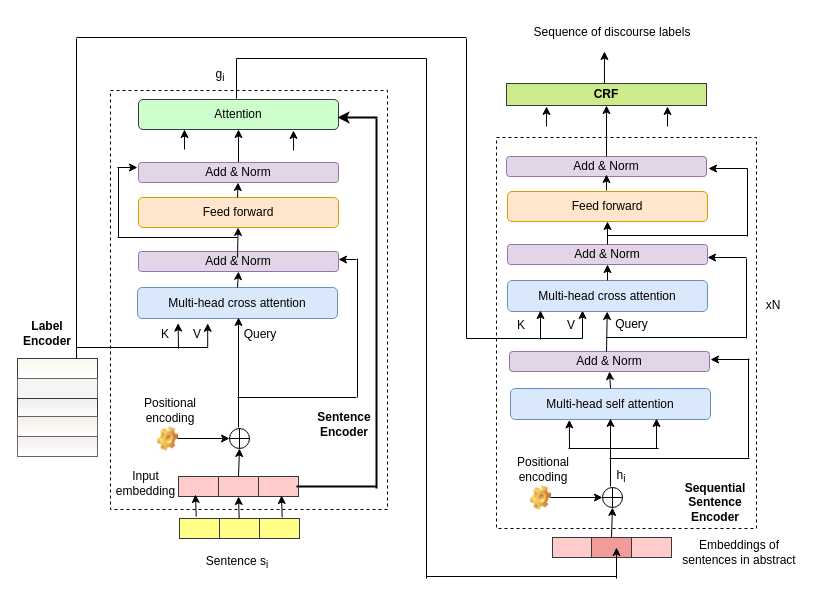
This is liht.drawio from dksanyal/Abstract2StructuredAbstract, a draw.io file, before an edit. Source tidied: cells renumbered, new cells numbered last; positions are measured from the earlier drawing's top-left corner, leaving out a move shared by most shapes. Both pictures are drawn from the tidied source at 100%, with x=0, y=0 at pixel (17, 17).
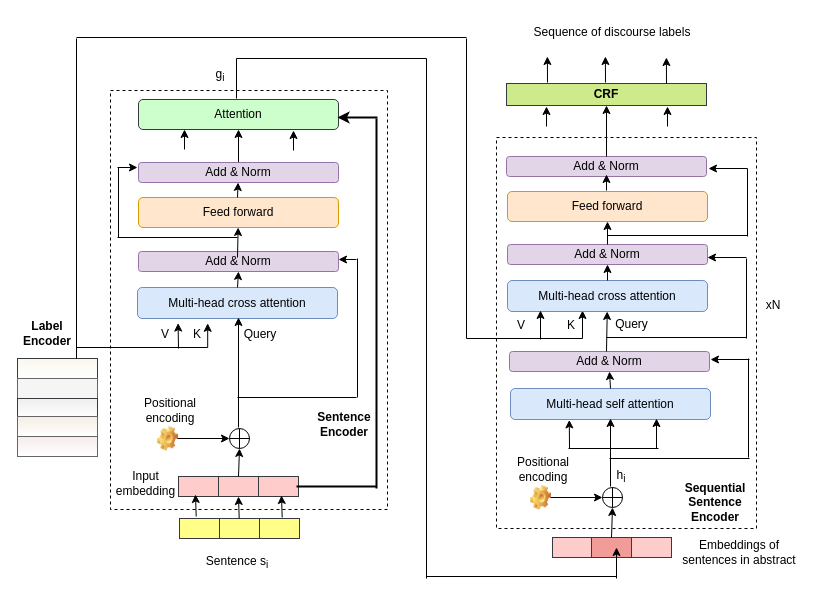
After the change.

Unchanged cells that the change refers to:
```xml
<mxCell id="96" value="Sequence of discourse labels" style="text;html=1;strokeColor=none;fillColor=none;align=center;verticalAlign=middle;whiteSpace=wrap;rounded=0;dashed=1;fontSize=12;" parent="1" vertex="1">
  <mxGeometry x="511" width="168" height="30" as="geometry" />
</mxCell>
```

What changed in the source:
```diff
@@
-    <mxCell id="44" style="endArrow=classic;html=1;rounded=0;entryX=0.452;entryY=1.133;entryDx=0;entryDy=0;entryPerimeter=0;" parent="1" edge="1" target="96">
-      <mxGeometry relative="1" as="geometry">
-        <mxPoint x="587" y="86" as="sourcePoint" />
-      </mxGeometry>
-    </mxCell>
@@
-    <mxCell id="75" value="V" style="text;html=1;strokeColor=none;fillColor=none;align=center;verticalAlign=middle;whiteSpace=wrap;rounded=0;" parent="1" vertex="1">
+    <mxCell id="75" value="K" style="text;html=1;strokeColor=none;fillColor=none;align=center;verticalAlign=middle;whiteSpace=wrap;rounded=0;" parent="1" vertex="1">
       <mxGeometry x="150" y="302" width="60" height="30" as="geometry" />
     </mxCell>
@@
-    <mxCell id="78" value="K" style="text;html=1;strokeColor=none;fillColor=none;align=center;verticalAlign=middle;whiteSpace=wrap;rounded=0;" parent="1" vertex="1">
+    <mxCell id="78" value="V" style="text;html=1;strokeColor=none;fillColor=none;align=center;verticalAlign=middle;whiteSpace=wrap;rounded=0;" parent="1" vertex="1">
       <mxGeometry x="474" y="293" width="60" height="30" as="geometry" />
     </mxCell>
-    <mxCell id="79" value="V" style="text;html=1;strokeColor=none;fillColor=none;align=center;verticalAlign=middle;whiteSpace=wrap;rounded=0;" parent="1" vertex="1">
+    <mxCell id="79" value="K" style="text;html=1;strokeColor=none;fillColor=none;align=center;verticalAlign=middle;whiteSpace=wrap;rounded=0;" parent="1" vertex="1">
       <mxGeometry x="524" y="293" width="60" height="30" as="geometry" />
     </mxCell>
@@
-    <mxCell id="81" value="K" style="text;html=1;strokeColor=none;fillColor=none;align=center;verticalAlign=middle;whiteSpace=wrap;rounded=0;" parent="1" vertex="1">
+    <mxCell id="81" value="V" style="text;html=1;strokeColor=none;fillColor=none;align=center;verticalAlign=middle;whiteSpace=wrap;rounded=0;" parent="1" vertex="1">
       <mxGeometry x="117" y="302" width="62" height="30" as="geometry" />
     </mxCell>
@@
+    <mxCell id="109" style="endArrow=classic;html=1;rounded=0;entryX=0.452;entryY=1.133;entryDx=0;entryDy=0;entryPerimeter=0;" parent="1" edge="1">
+      <mxGeometry relative="1" as="geometry">
+        <mxPoint x="530" y="65" as="sourcePoint" />
+        <mxPoint x="529.9" y="39" as="targetPoint" />
+      </mxGeometry>
+    </mxCell>
+    <mxCell id="110" style="endArrow=classic;html=1;rounded=0;entryX=0.452;entryY=1.133;entryDx=0;entryDy=0;entryPerimeter=0;" parent="1" edge="1">
+      <mxGeometry relative="1" as="geometry">
+        <mxPoint x="649" y="66" as="sourcePoint" />
+        <mxPoint x="648.9" y="40" as="targetPoint" />
+      </mxGeometry>
+    </mxCell>
+    <mxCell id="111" style="endArrow=classic;html=1;rounded=0;entryX=0.452;entryY=1.133;entryDx=0;entryDy=0;entryPerimeter=0;" parent="1" edge="1">
+      <mxGeometry relative="1" as="geometry">
+        <mxPoint x="588" y="65" as="sourcePoint" />
+        <mxPoint x="587.9" y="39" as="targetPoint" />
+      </mxGeometry>
+    </mxCell>
```
